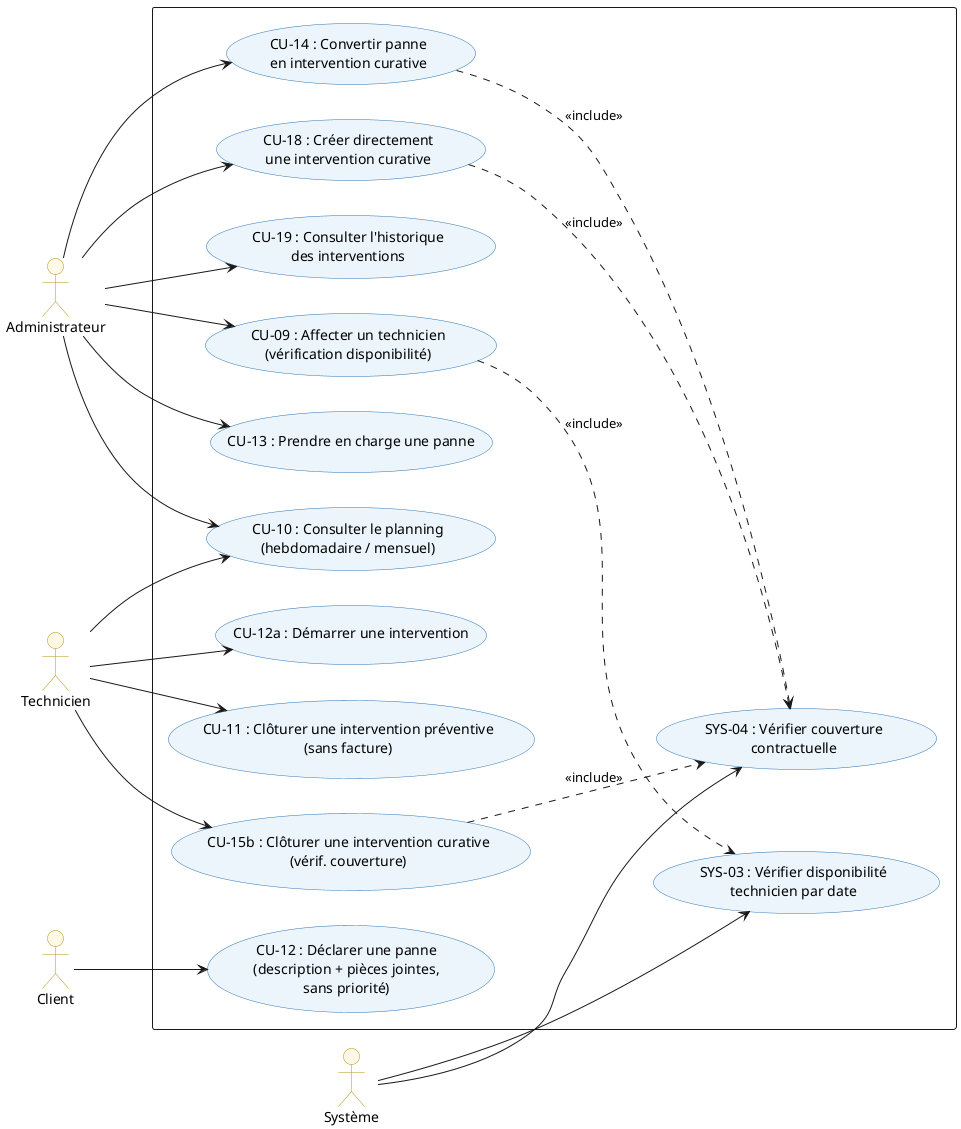
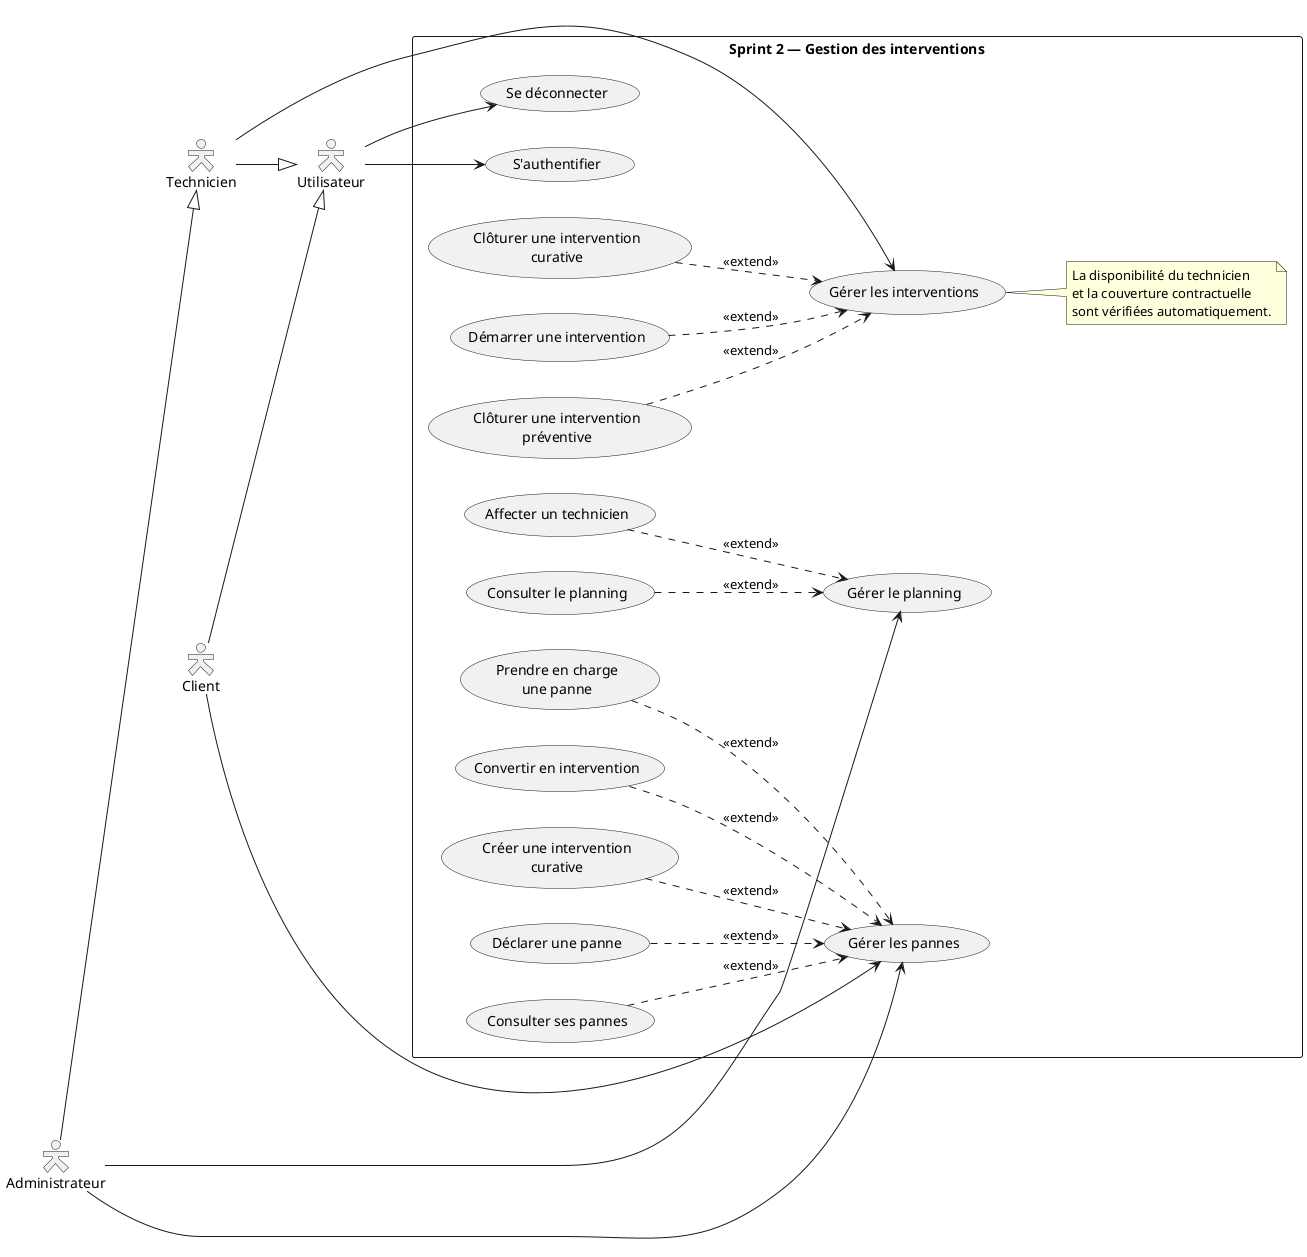
@startuml 12_sprint2_use_case
+ left to right direction
+ skinparam packageStyle rectangle
+ skinparam actorStyle Hollow

- left to right direction
- skinparam usecase {
-   BackgroundColor #EBF5FB
-   BorderColor #2E74B5
- }
- skinparam actor {
-   BackgroundColor #FEF9E7
-   BorderColor #B7950B
+ actor "Utilisateur" as U
+ actor "Technicien" as T
+ actor "Administrateur" as A
+ actor "Client" as C
+ 
+ A --|> T
+ T --|> U
+ C --|> U
+ 
+ rectangle "Sprint 2 — Gestion des interventions" {
+ 
+   usecase "S'authentifier" as UC_AUTH
+   usecase "Se déconnecter" as UC_LOGOUT
+ 
+   usecase "Gérer le planning" as UC_PLANNING
+   usecase "Affecter un technicien" as UC_AFFECTER_TECH
+   usecase "Consulter le planning" as UC_CONSULT_PLANNING
+ 
+   usecase "Gérer les interventions" as UC_INTERVENTIONS
+   usecase "Démarrer une intervention" as UC_START_INTER
+   usecase "Clôturer une intervention\npréventive" as UC_CLOSE_PREV
+   usecase "Clôturer une intervention\ncurative" as UC_CLOSE_CUR
+ 
+   usecase "Gérer les pannes" as UC_PANNES
+   usecase "Déclarer une panne" as UC_DECL_PANNE
+   usecase "Consulter ses pannes" as UC_LIST_PANNES
+   usecase "Prendre en charge\nune panne" as UC_TAKE_PANNE
+   usecase "Convertir en intervention" as UC_CONVERT_PANNE
+   usecase "Créer une intervention\ncurative" as UC_CREATE_CUR
+ 
+   note right of UC_INTERVENTIONS
+     La disponibilité du technicien
+     et la couverture contractuelle
+     sont vérifiées automatiquement.
+   end note
}

- actor "Administrateur" as Admin
- actor "Technicien"     as Tech
- actor "Client"         as Cli
- actor "Système"        as Sys
+ U --> UC_AUTH
+ U --> UC_LOGOUT

- rectangle {
+ A --> UC_PLANNING
+ A --> UC_PANNES
+ T --> UC_INTERVENTIONS
+ C --> UC_PANNES

-   usecase "CU-09 : Affecter un technicien\n(vérification disponibilité)"       as UC09
-   usecase "CU-10 : Consulter le planning\n(hebdomadaire / mensuel)"             as UC10
-   usecase "CU-12a : Démarrer une intervention"                                   as UC12a
-   usecase "CU-11 : Clôturer une intervention préventive\n(sans facture)"        as UC11
-   usecase "CU-15b : Clôturer une intervention curative\n(vérif. couverture)"    as UC15b
-   usecase "CU-12 : Déclarer une panne\n(description + pièces jointes,\nsans priorité)" as UC12
-   usecase "CU-13 : Prendre en charge une panne"                                  as UC13
-   usecase "CU-14 : Convertir panne\nen intervention curative"                    as UC14
-   usecase "CU-18 : Créer directement\nune intervention curative"                 as UC18
-   usecase "CU-19 : Consulter l'historique\ndes interventions"                    as UC19
+ UC_AFFECTER_TECH ..> UC_PLANNING : <<extend>>
+ UC_CONSULT_PLANNING ..> UC_PLANNING : <<extend>>

-   usecase "SYS-03 : Vérifier disponibilité\ntechnicien par date"                as SYS03
-   usecase "SYS-04 : Vérifier couverture\ncontractuelle"                         as SYS04
- }
+ UC_START_INTER ..> UC_INTERVENTIONS : <<extend>>
+ UC_CLOSE_PREV ..> UC_INTERVENTIONS : <<extend>>
+ UC_CLOSE_CUR ..> UC_INTERVENTIONS : <<extend>>

- Admin --> UC09
- Admin --> UC10
- Admin --> UC13
- Admin --> UC14
- Admin --> UC18
- Admin --> UC19
- Tech  --> UC10
- Tech  --> UC12a
- Tech  --> UC11
- Tech  --> UC15b
- Cli   --> UC12
- Sys   --> SYS03
- Sys   --> SYS04
- 
- UC09  ..> SYS03 : <<include>>
- UC15b ..> SYS04 : <<include>>
- UC14  ..> SYS04 : <<include>>
- UC18  ..> SYS04 : <<include>>
+ UC_DECL_PANNE ..> UC_PANNES : <<extend>>
+ UC_LIST_PANNES ..> UC_PANNES : <<extend>>
+ UC_TAKE_PANNE ..> UC_PANNES : <<extend>>
+ UC_CONVERT_PANNE ..> UC_PANNES : <<extend>>
+ UC_CREATE_CUR ..> UC_PANNES : <<extend>>

@enduml
